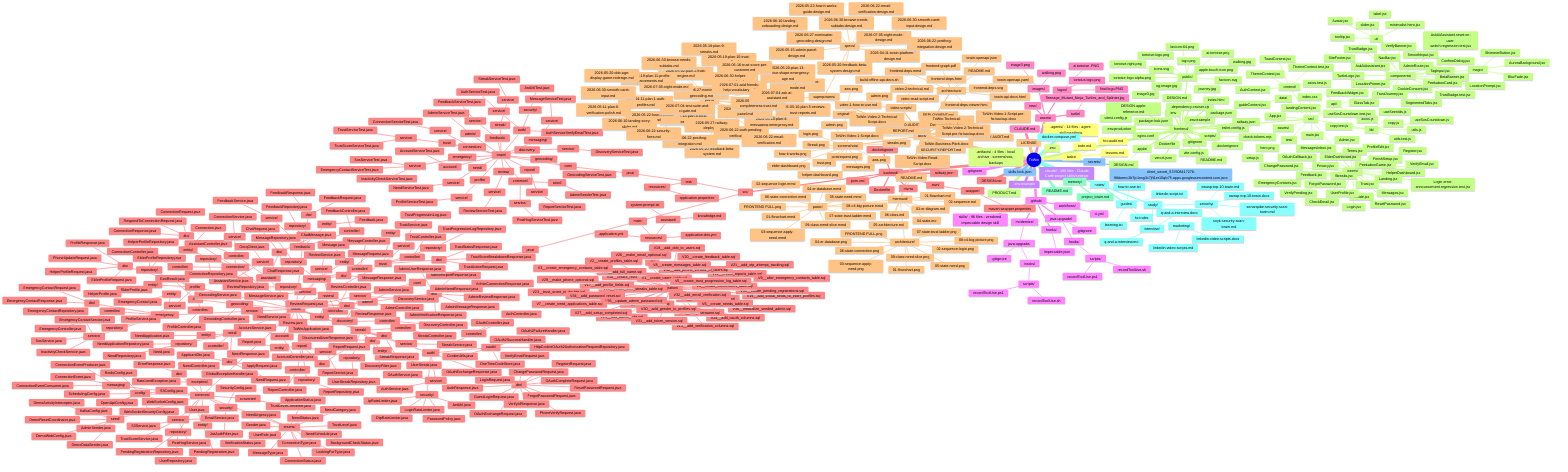
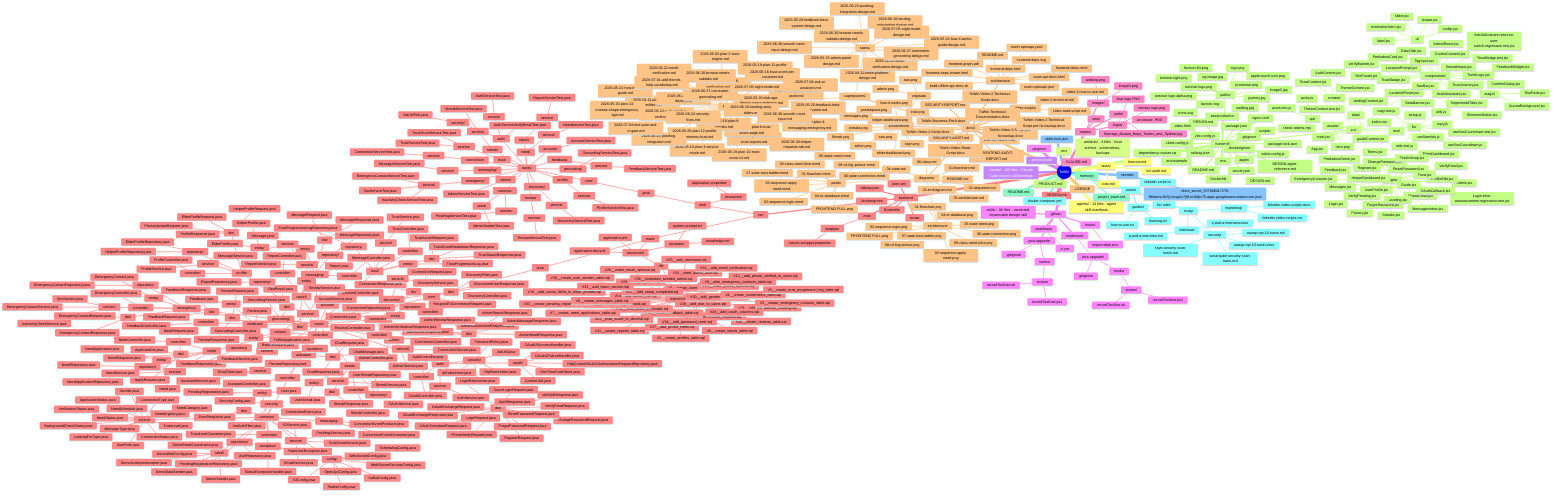
mindmap
  root((ToWin))
    .agents/ - 14 files - agent skill manifests
    .artifacts/ - 4 files - local archive - screenshots, backups
    .claude/ - 100 files - Claude Code project skills/settings
    .github/
      hooks/
        impeccable.json
      java-upgrade/
        hooks/
          scripts/
            recordToolUse.ps1
            recordToolUse.sh
        .gitignore
      modernize/
        java-upgrade/
          hooks/
            scripts/
              recordToolUse.ps1
              recordToolUse.sh
          .gitignore
      skills/ - 96 files - vendored impeccable design skill
      workflows/
        ci.yml
    assets/
      images/
        image3.png
        walking.png
      logos/
        ai tortoise .PNG
        final logo.PNG
        tortoius logo.png
      new/
      turtle/
        Teenage_Mutant_Ninja_Turtles_and_Splinter.jpg
    backend/
      .mvn/
        wrapper/
          maven-wrapper.properties
      src/
        main/
          java/
            com/
              towin/
                account/
                  AccountController.java
                  AccountService.java
                admin/
                  dto/
                    AdminConnectionResponse.java
                    AdminMessageResponse.java
                    AdminNeedResponse.java
                    AdminReportResponse.java
                    AdminReviewResponse.java
                    AdminUserResponse.java
                    AdminVerificationResponse.java
                  AdminController.java
                  AdminService.java
                assistant/
                  controller/
                    AssistantController.java
                  dto/
                    ChatMessage.java
                    ChatRequest.java
                    ChatResponse.java
                  service/
                    AssistantService.java
                    GroqClient.java
                auth/
                  controller/
                    AuthController.java
                    OAuthController.java
                  dto/
                    AuthResponse.java
                    ChangePasswordRequest.java
                    ForgotPasswordRequest.java
                    GuestLoginRequest.java
                    LoginRequest.java
                    OAuthCompleteRequest.java
                    OAuthExchangeRequest.java
                    OAuthExchangeResponse.java
                    PhoneVerifyRequest.java
                    RegisterRequest.java
                    ResetPasswordRequest.java
                    VerifyEmailRequest.java
                    VerifyIdResponse.java
                  oauth/
                    CookieUtils.java
                    HttpCookieOAuth2AuthorizationRequestRepository.java
                    OAuth2FailureHandler.java
                    OAuth2SuccessHandler.java
                    OneTimeCodeStore.java
                  security/
                    IpRateLimiter.java
                    JwtUtil.java
                    LoginRateLimiter.java
                    OtpRateLimiter.java
                    PasswordPolicy.java
                  service/
                    AuthService.java
                    OAuthService.java
                common/
                  config/
                    KafkaConfig.java
                    OpenApiConfig.java
                    RedisConfig.java
                    S3Config.java
                    SchedulingConfig.java
                    WebSocketConfig.java
                    WebSocketSecurityConfig.java
                  converter/
                    TrustLevelConverter.java
                  dto/
                    ErrorResponse.java
                  entity/
                    PendingRegistration.java
                    User.java
                  enums/
                    ApplicationStatus.java
                    BackgroundCheckStatus.java
                    ConnectionStatus.java
                    ConnectionType.java
                    Gender.java
                    LookingForType.java
                    MessageType.java
                    NeedCategory.java
                    NeedSchedule.java
                    NeedStatus.java
                    NeedUrgency.java
                    TrustLevel.java
                    UserRole.java
                    VerificationStatus.java
                  exception/
                    GlobalExceptionHandler.java
                    RateLimitException.java
                  messaging/
                    ConnectionEvent.java
                    ConnectionEventConsumer.java
                    ConnectionEventProducer.java
                  repository/
                    PendingRegistrationRepository.java
                    UserRepository.java
                  security/
                    JwtAuthFilter.java
                    SecurityConfig.java
                  seed/
                    AdminSeeder.java
                    DemoActivityInterceptor.java
                    DemoDataSeeder.java
                    DemoResetCoordinator.java
                    DemoWebConfig.java
                  service/
                    EmailService.java
                    PostHogService.java
                    S3Service.java
                    TrustScoreService.java
                connection/
                  controller/
                    ConnectionController.java
                  dto/
                    ConnectionRequest.java
                    ConnectionResponse.java
                    RespondToConnectionRequest.java
                  entity/
                    Connection.java
                  repository/
                    ConnectionRepository.java
                  service/
                    ConnectionService.java
                discovery/
                  controller/
                    DiscoveryController.java
                  dto/
                    DiscoveredUserResponse.java
                    DiscoveryFilter.java
                  service/
                    DiscoveryService.java
                emergency/
                  controller/
                    EmergencyController.java
                  dto/
                    EmergencyContactRequest.java
                    EmergencyContactResponse.java
                  entity/
                    EmergencyContact.java
                  repository/
                    EmergencyContactRepository.java
                  service/
                    EmergencyContactService.java
                    InactivityCheckService.java
                    SosService.java
                feedback/
                  controller/
                    FeedbackController.java
                  dto/
                    FeedbackRequest.java
                    FeedbackResponse.java
                  entity/
                    Feedback.java
                  repository/
                    FeedbackRepository.java
                  service/
                    FeedbackService.java
                geocoding/
                  dto/
                    GeoResult.java
                  GeocodingController.java
                  GeocodingService.java
                messaging/
                  controller/
                    MessageController.java
                  dto/
                    MessageRequest.java
                    MessageResponse.java
                  entity/
                    Message.java
                  repository/
                    MessageRepository.java
                  service/
                    MessageService.java
                need/
                  controller/
                    NeedController.java
                  dto/
                    ApplicantDto.java
                    ApplyRequest.java
                    NeedRequest.java
                    NeedResponse.java
                  entity/
                    Need.java
                    NeedApplication.java
                  repository/
                    NeedApplicationRepository.java
                    NeedRepository.java
                  service/
                    NeedService.java
                profile/
                  controller/
                    ProfileController.java
                  dto/
                    ElderProfileRequest.java
                    HelperProfileRequest.java
                    PhoneUpdateRequest.java
                    ProfileResponse.java
                  entity/
                    ElderProfile.java
                    HelperProfile.java
                  repository/
                    ElderProfileRepository.java
                    HelperProfileRepository.java
                  service/
                    ProfileService.java
                report/
                  controller/
                    ReportController.java
                  dto/
                    ReportRequest.java
                  entity/
                    Report.java
                  repository/
                    ReportRepository.java
                  service/
                    ReportService.java
                review/
                  controller/
                    ReviewController.java
                  dto/
                    ReviewRequest.java
                    ReviewResponse.java
                  entity/
                    Review.java
                  repository/
                    ReviewRepository.java
                  service/
                    ReviewService.java
                streak/
                  controller/
                    StreakController.java
                  dto/
                    StreakResponse.java
                  entity/
                    UserStreak.java
                  repository/
                    UserStreakRepository.java
                  service/
                    StreakService.java
                trust/
                  controller/
                    TrustController.java
                  dto/
                    TrustActionRequest.java
                    TrustScoreBreakdownResponse.java
                    TrustStatusResponse.java
                  entity/
                    TrustProgressionLog.java
                  repository/
                    TrustProgressionLogRepository.java
                  service/
                    TrustService.java
                ToWinApplication.java
          resources/
            assistant/
              knowledge.md
              system-prompt.txt
            db/
              migration/
                V10__create_reviews_table.sql
                V11__create_reports_table.sql
                V12__add_phone_verified_to_users.sql
                V13__add_verification_columns.sql
                V14__add_admin_role.sql
                V15__seed_admin_user.sql
                V16__create_user_streaks_table.sql
                V17__add_profile_fields.sql
                V18__add_dob_to_users.sql
                V19__add_social_fields_to_elder_profiles.sql
                V1__create_users_table.sql
                V20__create_feedback_table.sql
                V21__add_otp_attempt_tracking.sql
                V22__trust_score_to_decimal.sql
                V23__trust_score_to_double.sql
                V24__add_oauth_columns.sql
                V25__add_username.sql
                V26__make_email_optional.sql
                V27__add_setup_completed.sql
                V28__add_full_name.sql
                V29__make_phone_optional.sql
                V2__create_profiles_table.sql
                V30__add_gender_to_profiles.sql
                V31__add_token_version.sql
                V32__add_email_verification.sql
                V33__create_pending_registrations.sql
                V34__add_password_reset.sql
                V35__update_admin_password.sql
                V36__neutralize_seeded_admin.sql
                V3__create_emergency_contacts_table.sql
                V4__create_connections_table.sql
                V5__create_trust_progression_log_table.sql
                V6__create_needs_table.sql
                V7__create_need_applications_table.sql
                V8__create_messages_table.sql
                V9__alter_emergency_contacts_table.sql
            application-dev.yml
            application.yml
        test/
          java/
            com/
              towin/
                account/
                  AccountServiceTest.java
                admin/
                  AdminServiceTest.java
                auth/
                  security/
                    JwtUtilTest.java
                  service/
                    AuthServiceTest.java
                  AuthServiceVerifyEmailTest.java
                common/
                  seed/
                    AdminSeederTest.java
                  service/
                    PostHogServiceTest.java
                connection/
                  service/
                    ConnectionServiceTest.java
                discovery/
                  service/
                    DiscoveryServiceTest.java
                emergency/
                  service/
                    EmergencyContactServiceTest.java
                    InactivityCheckServiceTest.java
                    SosServiceTest.java
                feedback/
                  service/
                    FeedbackServiceTest.java
                geocoding/
                  GeocodingServiceTest.java
                messaging/
                  service/
                    MessageServiceTest.java
                need/
                  service/
                    NeedServiceTest.java
                profile/
                  service/
                    ProfileServiceTest.java
                report/
                  service/
                    ReportServiceTest.java
                review/
                  service/
                    ReviewServiceTest.java
                streak/
                  service/
                    StreakServiceTest.java
                trust/
                  service/
                    TrustScoreServiceTest.java
                    TrustServiceTest.java
          resources/
            application.properties
      .dockerignore
      Dockerfile
      mvnw
      pom.xml
      railway.json
    docs/
      architecture/
        README.md
        build-offline-api-docs.sh
        frontend-deps-viewer.html
        frontend-deps.html
        frontend-deps.mmd
        frontend-deps.svg
        frontend-graph.pdf
        towin-api-docs.html
        towin-openapi.json
        towin-openapi.yaml
-       mermaid/
+       diagrams/
        architecture/
          01-flowchart.png
          02-sequence-login.png
          03-sequence-apply-need.png
          04-er-database.png
          05-state-need.png
          06-state-connection.png
          07-state-trust-ladder.png
          08-c4-big-picture.png
          09-class-need-slice.png
          FRONTEND FULL.png
        paste/
          01-flowchart.mmd
          02-sequence-login.mmd
          03-sequence-apply-need.mmd
          04-er-database.mmd
          05-state-need.mmd
          06-state-connection.mmd
          07-state-trust-ladder.mmd
          08-c4-big-picture.mmd
          09-class-need-slice.mmd
          FRONTEND FULL.png
        01-flowchart.md
        02-sequence.md
        03-er-diagram.md
        04-state.md
        05-architecture.md
        06-class.md
        README.md
      screenshots/
        originals/
          admin.png
          aws.png
        Streak.png
        admin.png
        aws.png
        elder-dashboard.png
        helper-dashboard.png
        how-it-works.png
        login.png
        messages.png
        postrequest.png
        streaks.png
        trust.png
      superpowers/
        plans/
          2026-04-11-plan-1-auth-profiles.md
          2026-05-02-plan-2-trust-engine.md
          2026-05-10-plan-3-service-mode.md
          2026-05-10-plan-4-messaging-emergency.md
          2026-05-10-plan-5-reviews-trust-reports.md
          2026-05-11-plan-6-verification-polish.md
          2026-05-15-plan-7-admin-panel.md
          2026-05-18-plan-8-trust-score-page.md
          2026-05-18-plan-9-streaks.md
          2026-05-19-plan-10-trust-score-v2.md
          2026-05-19-plan-11-profile-improvements.md
          2026-05-20-dob-age-display-game-redesign.md
          2026-05-20-feedback-beta-system.md
          2026-05-20-plan-12-profile-completeness-trust.md
          2026-05-20-plan-13-tortoise-shape-emergency-age.md
          2026-05-22-how-it-works-guide.md
          2026-05-27-railway-deploy.md
          2026-06-10-landing-story-slides.md
          2026-06-16-trust-score-per-customer.md
          2026-06-22-auth-pending-verification.md
          2026-06-22-email-verification.md
          2026-06-22-posthog-integration.md
          2026-06-22-security-fixes.md
          2026-06-27-nominatim-geocoding.md
          2026-06-30-browse-needs-subtabs.md
          2026-06-30-helper-requests-tab.md
          2026-06-30-smooth-caret-input.md
          2026-07-01-add-friends-help-vocabulary.md
          2026-07-04-ask-ai-assistant.md
          2026-07-04-test-suite-and-ci-gate.md
          2026-07-05-night-mode.md
        specs/
          2026-04-11-towin-platform-design.md
          2026-05-15-admin-panel-design.md
          2026-05-20-feedback-beta-system-design.md
          2026-05-22-how-it-works-guide-design.md
          2026-06-10-landing-onboarding-design.md
          2026-06-22-email-verification-design.md
          2026-06-22-posthog-integration-design.md
          2026-06-27-nominatim-geocoding-design.md
          2026-06-30-browse-needs-subtabs-design.md
          2026-06-30-smooth-caret-input-design.md
          2026-07-05-night-mode-design.md
      video-scripts/
        video-1-how-to-use.md
        video-2-technical.md
        video-read-script.md
      DEPLOYMENT.md
      FRONTEND-AUDIT-REPORT.md
      SECURITY-AUDIT.md
      SECURITY-REPORT.md
      ToWin-Business-Pitch.docx
      ToWin-Technical-Documentation.docx
      ToWin-Video-1-Script.docx
      ToWin-Video-1-Script.pre-fix-backup.docx
      ToWin-Video-2-Technical-Script.docx
      ToWin-Video-2-Technical-Script.pre-fix-backup.docx
      ToWin-Video-Read-Script.docx
    frontend/
      apple/
        DESIGN.md
      public/
        ai-tortoise.png
        apple-touch-icon.png
        favicon-64.png
        favicon.svg
        icons.svg
        image3.jpg
        journey.jpg
        logo.png
        og-image.jpg
        tortoise-logo-alpha.png
        tortoise-logo.png
        tortoise-right.png
        walking.jpg
      scripts/
        check-tokens.mjs
      src/
        api/
          axios.js
          axios.test.js
        assets/
          hero.png
        components/
          magic/
            AuroraBackground.jsx
            BlurFade.jsx
            ShimmerButton.jsx
          ui/
            Avatar.jsx
            label.jsx
            minimalist-hero.jsx
            slider.jsx
            tooltip.jsx
          AdminRoute.jsx
          AskAiAssistant.jsx
          AskAiAssistant.reset-on-user-switch.regression.test.jsx
          BetaBanner.jsx
          ConfirmDialog.jsx
          CookieConsent.jsx
          FeedbackWidget.jsx
          GlassTab.jsx
          LocationPrimer.jsx
          LocationPrompt.jsx
          NavBar.jsx
          PeekabooCard.jsx
          SegmentedTabs.jsx
          SiteFooter.jsx
          SmoothInput.jsx
          TagInput.jsx
          TrustBadge.jsx
          TrustBadge.test.jsx
          TrustJourney.jsx
          TurtleLogo.jsx
          VerifyBanner.jsx
        context/
          AuthContext.jsx
          ThemeContext.jsx
          ThemeContext.test.jsx
          ToastContext.jsx
        data/
          guideContent.jsx
          landingContent.jsx
        lib/
          copy.js
          copy.test.js
          useSeenIds.js
          useSosCountdown.js
          useSosCountdown.test.jsx
          utils.js
          utils.test.js
        pages/
          Admin.jsx
          ChangePassword.jsx
          CheckEmail.jsx
          ElderDashboard.jsx
          EmergencyContacts.jsx
          Feedback.jsx
          FinishSetup.jsx
          ForgotPassword.jsx
          Guide.jsx
          HelperDashboard.jsx
          Landing.jsx
          Login.error-announcement.regression.test.jsx
          Login.jsx
          Messages.jsx
          MessagesInbox.jsx
          OAuthCallback.jsx
          PeekabooGame.jsx
          Privacy.jsx
          ProfileEdit.jsx
          Register.jsx
          ResetPassword.jsx
          Streaks.jsx
          Terms.jsx
          Trust.jsx
          UserProfile.jsx
          VerifyEmail.jsx
          VerifyPending.jsx
        test/
          setup.js
        App.jsx
        index.css
        main.jsx
      .dependency-cruiser.cjs
      .dockerignore
      .env
      .env.example
      .env.production
      .gitignore
      DESIGN.apple-reference.md
      DESIGN.md
      Dockerfile
      README.md
      eslint.config.js
      index.html
      nginx.conf
      package-lock.json
      package.json
      railway.json
      vercel.json
      vite.config.js
      vitest.config.js
    memory/
      project_towin.md
    notes/
      guides/
        hci rules
        how-to-use.txt
        learning.txt
        linkedin-script.txt
      study/
        interview/
          q-and-a-interview.docx
          q-and-a-interview.md
        marketing/
          linkedin-video-scripts.docx
          linkedin-video-scripts.md
        security/
          owasp-top-10-towin.docx
          owasp-top-10-towin.md
          snyk-security-scan-towin.md
          sonarqube-security-scan-towin.md
    secrets/
      client_secret_537608417276-f8bbemc2b7jc1nsg3c7jft1er10qlv75.apps.googleusercontent.com.json
    tasks/
      hci-audit.md
      lessons.md
      todo.md
    .env
    .env.example
    .gitignore
    CLAUDE.md
    DESIGN.md
    LICENSE
    PRODUCT.md
    README.md
    docker-compose.yml
    skills-lock.json
